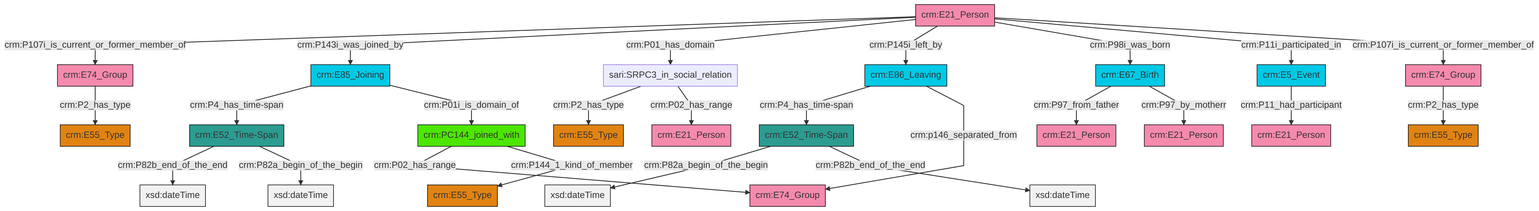
Earlier version of the Mermaid export et/personCSV/ttl/mmd/png/Person_Actor_Relations.png (swiss-art-research-net/reference-data-models). Its source is kept beside it as et/personCSV/ttl/mmd/Person_Actor_Relations.ttl.mmd.
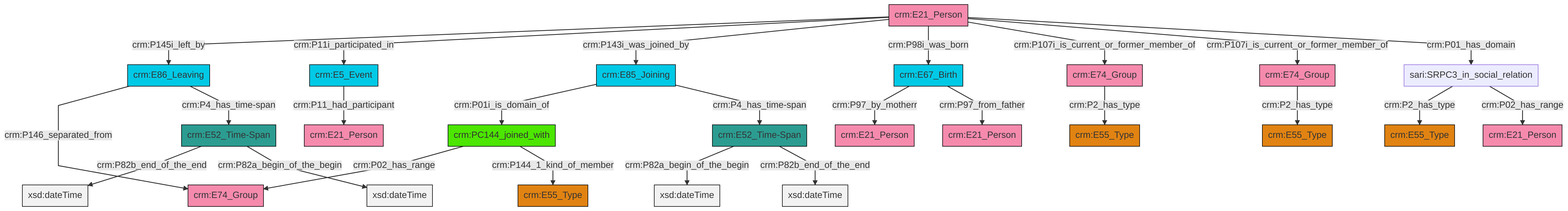
After the change.

The edit, as a diff of the source:
```diff
@@ -13,27 +13,27 @@
 classDef PC_Classes fill:#4ce600, stroke:#000000;
 classDef Multi fill:#cccccc,stroke:#000000;
 
-0["crm:E21_Person"]:::Actor -->|crm:P107i_is_current_or_former_member_of| 1["crm:E74_Group"]:::Actor
-0["crm:E21_Person"]:::Actor -->|crm:P143i_was_joined_by| 2["crm:E85_Joining"]:::Temporal_Entity
-2["crm:E85_Joining"]:::Temporal_Entity -->|crm:P4_has_time-span| 3["crm:E52_Time-Span"]:::Time-Span
-6["sari:SRPC3_in_social_relation"]:::Default -->|crm:P2_has_type| 7["crm:E55_Type"]:::Type
-11["crm:E52_Time-Span"]:::Time-Span -->|crm:P82a_begin_of_the_begin| 12[xsd:dateTime]:::Literal
-0["crm:E21_Person"]:::Actor -->|crm:P01_has_domain| 6["sari:SRPC3_in_social_relation"]:::Default
-11["crm:E52_Time-Span"]:::Time-Span -->|crm:P82b_end_of_the_end| 16[xsd:dateTime]:::Literal
-6["sari:SRPC3_in_social_relation"]:::Default -->|crm:P02_has_range| 21["crm:E21_Person"]:::Actor
-3["crm:E52_Time-Span"]:::Time-Span -->|crm:P82b_end_of_the_end| 23[xsd:dateTime]:::Literal
-0["crm:E21_Person"]:::Actor -->|crm:P145i_left_by| 25["crm:E86_Leaving"]:::Temporal_Entity
-0["crm:E21_Person"]:::Actor -->|crm:P98i_was_born| 29["crm:E67_Birth"]:::Temporal_Entity
-25["crm:E86_Leaving"]:::Temporal_Entity -->|crm:P4_has_time-span| 11["crm:E52_Time-Span"]:::Time-Span
-1["crm:E74_Group"]:::Actor -->|crm:P2_has_type| 4["crm:E55_Type"]:::Type
-17["crm:PC144_joined_with"]:::PC_Classes -->|crm:P02_has_range| 27["crm:E74_Group"]:::Actor
-34["crm:E74_Group"]:::Actor -->|crm:P2_has_type| 36["crm:E55_Type"]:::Type
-25["crm:E86_Leaving"]:::Temporal_Entity -->|crm:p146_separated_from| 27["crm:E74_Group"]:::Actor
-17["crm:PC144_joined_with"]:::PC_Classes -->|crm:P144_1_kind_of_member| 9["crm:E55_Type"]:::Type
-3["crm:E52_Time-Span"]:::Time-Span -->|crm:P82a_begin_of_the_begin| 43[xsd:dateTime]:::Literal
-44["crm:E5_Event"]:::Temporal_Entity -->|crm:P11_had_participant| 41["crm:E21_Person"]:::Actor
-2["crm:E85_Joining"]:::Temporal_Entity -->|crm:P01i_is_domain_of| 17["crm:PC144_joined_with"]:::PC_Classes
-29["crm:E67_Birth"]:::Temporal_Entity -->|crm:P97_from_father| 14["crm:E21_Person"]:::Actor
-29["crm:E67_Birth"]:::Temporal_Entity -->|crm:P97_by_motherr| 31["crm:E21_Person"]:::Actor
-0["crm:E21_Person"]:::Actor -->|crm:P11i_participated_in| 44["crm:E5_Event"]:::Temporal_Entity
-0["crm:E21_Person"]:::Actor -->|crm:P107i_is_current_or_former_member_of| 34["crm:E74_Group"]:::Actor
+0["crm:E21_Person"]:::Actor -->|crm:P145i_left_by| 1["crm:E86_Leaving"]:::Temporal_Entity
+2["crm:E52_Time-Span"]:::Time-Span -->|crm:P82b_end_of_the_end| 3[xsd:dateTime]:::Literal
+0["crm:E21_Person"]:::Actor -->|crm:P11i_participated_in| 4["crm:E5_Event"]:::Temporal_Entity
+6["crm:PC144_joined_with"]:::PC_Classes -->|crm:P02_has_range| 7["crm:E74_Group"]:::Actor
+10["crm:E85_Joining"]:::Temporal_Entity -->|crm:P01i_is_domain_of| 6["crm:PC144_joined_with"]:::PC_Classes
+0["crm:E21_Person"]:::Actor -->|crm:P143i_was_joined_by| 10["crm:E85_Joining"]:::Temporal_Entity
+16["crm:E52_Time-Span"]:::Time-Span -->|crm:P82a_begin_of_the_begin| 17[xsd:dateTime]:::Literal
+1["crm:E86_Leaving"]:::Temporal_Entity -->|crm:P146_separated_from| 7["crm:E74_Group"]:::Actor
+0["crm:E21_Person"]:::Actor -->|crm:P98i_was_born| 18["crm:E67_Birth"]:::Temporal_Entity
+10["crm:E85_Joining"]:::Temporal_Entity -->|crm:P4_has_time-span| 16["crm:E52_Time-Span"]:::Time-Span
+1["crm:E86_Leaving"]:::Temporal_Entity -->|crm:P4_has_time-span| 2["crm:E52_Time-Span"]:::Time-Span
+20["crm:E74_Group"]:::Actor -->|crm:P2_has_type| 23["crm:E55_Type"]:::Type
+16["crm:E52_Time-Span"]:::Time-Span -->|crm:P82b_end_of_the_end| 25[xsd:dateTime]:::Literal
+11["sari:SRPC3_in_social_relation"]:::Default -->|crm:P2_has_type| 26["crm:E55_Type"]:::Type
+0["crm:E21_Person"]:::Actor -->|crm:P107i_is_current_or_former_member_of| 27["crm:E74_Group"]:::Actor
+0["crm:E21_Person"]:::Actor -->|crm:P107i_is_current_or_former_member_of| 20["crm:E74_Group"]:::Actor
+2["crm:E52_Time-Span"]:::Time-Span -->|crm:P82a_begin_of_the_begin| 33[xsd:dateTime]:::Literal
+6["crm:PC144_joined_with"]:::PC_Classes -->|crm:P144_1_kind_of_member| 29["crm:E55_Type"]:::Type
+4["crm:E5_Event"]:::Temporal_Entity -->|crm:P11_had_participant| 34["crm:E21_Person"]:::Actor
+0["crm:E21_Person"]:::Actor -->|crm:P01_has_domain| 11["sari:SRPC3_in_social_relation"]:::Default
+27["crm:E74_Group"]:::Actor -->|crm:P2_has_type| 13["crm:E55_Type"]:::Type
+18["crm:E67_Birth"]:::Temporal_Entity -->|crm:P97_by_motherr| 37["crm:E21_Person"]:::Actor
+11["sari:SRPC3_in_social_relation"]:::Default -->|crm:P02_has_range| 8["crm:E21_Person"]:::Actor
+18["crm:E67_Birth"]:::Temporal_Entity -->|crm:P97_from_father| 43["crm:E21_Person"]:::Actor
```
